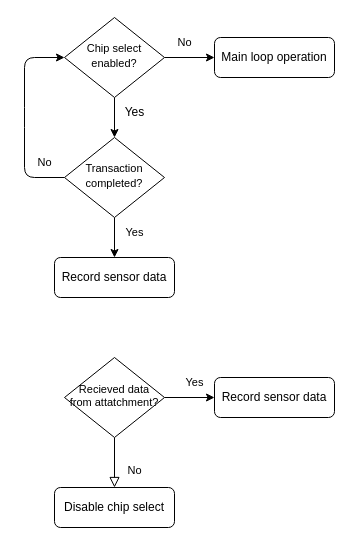
The draw.io diagram test.dio in Kyle-912/HDL, before the edit. Source tidied: cells renumbered, new cells numbered last; positions are measured from the earlier drawing's top-left corner, leaving out a move shared by most shapes. Both pictures are drawn from the tidied source at 100%, with x=0, y=0 at pixel (24, 17).
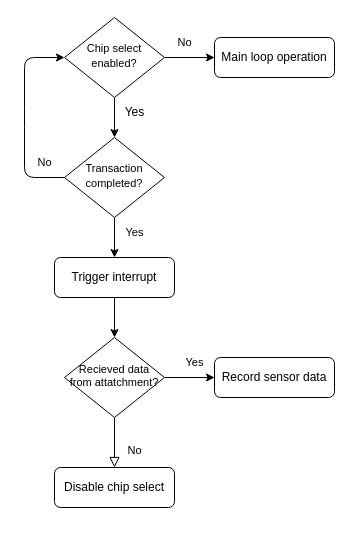
The same page after the edit.

What changed in the source:
```diff
@@
     <mxCell id="8" value="&lt;p style=&quot;line-height: 110%; font-size: 11px;&quot;&gt;Recieved data from attatchment?&lt;/p&gt;" style="rhombus;whiteSpace=wrap;html=1;shadow=0;fontFamily=Helvetica;fontSize=12;align=center;strokeWidth=1;spacing=6;spacingTop=-4;" parent="1" vertex="1">
-      <mxGeometry x="40" y="340" width="100" height="80" as="geometry" />
+      <mxGeometry x="40" y="320" width="100" height="80" as="geometry" />
     </mxCell>
     <mxCell id="9" value="Disable chip select" style="rounded=1;whiteSpace=wrap;html=1;fontSize=12;glass=0;strokeWidth=1;shadow=0;" parent="1" vertex="1">
-      <mxGeometry x="30" y="470" width="120" height="40" as="geometry" />
+      <mxGeometry x="30" y="450" width="120" height="40" as="geometry" />
     </mxCell>
     <mxCell id="10" value="Record sensor data" style="rounded=1;whiteSpace=wrap;html=1;fontSize=12;glass=0;strokeWidth=1;shadow=0;" parent="1" vertex="1">
-      <mxGeometry x="190" y="360" width="120" height="40" as="geometry" />
+      <mxGeometry x="190" y="340" width="120" height="40" as="geometry" />
     </mxCell>
@@
     <mxCell id="12" value="Yes" style="text;html=1;align=center;verticalAlign=middle;strokeColor=none;fillColor=none;fontSize=11;" parent="1" vertex="1">
-      <mxGeometry x="150" y="350" width="40" height="30" as="geometry" />
+      <mxGeometry x="150" y="330" width="40" height="30" as="geometry" />
     </mxCell>
@@
+    <mxCell id="20" style="edgeStyle=none;html=1;exitX=0.5;exitY=1;exitDx=0;exitDy=0;entryX=0.5;entryY=0;entryDx=0;entryDy=0;fontSize=11;" parent="1" edge="1" source="19" target="8">
+      <mxGeometry relative="1" as="geometry" />
+    </mxCell>
-    <mxCell id="19" value="Record sensor data" style="rounded=1;whiteSpace=wrap;html=1;fontSize=12;glass=0;strokeWidth=1;shadow=0;" parent="1" vertex="1">
+    <mxCell id="19" value="Trigger interrupt" style="rounded=1;whiteSpace=wrap;html=1;fontSize=12;glass=0;strokeWidth=1;shadow=0;" parent="1" vertex="1">
       <mxGeometry x="30" y="240" width="120" height="40" as="geometry" />
     </mxCell>
```
